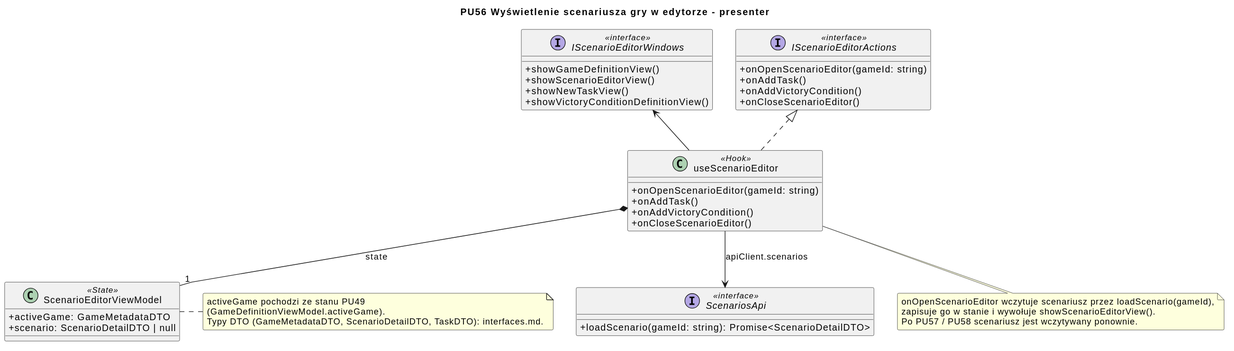
Igor-Ochocki/POP-2026Z keeps this PlantUML diagram as diagrams/frontend/rendered/scenario-editor-presenter.svg. Above is the earlier version.
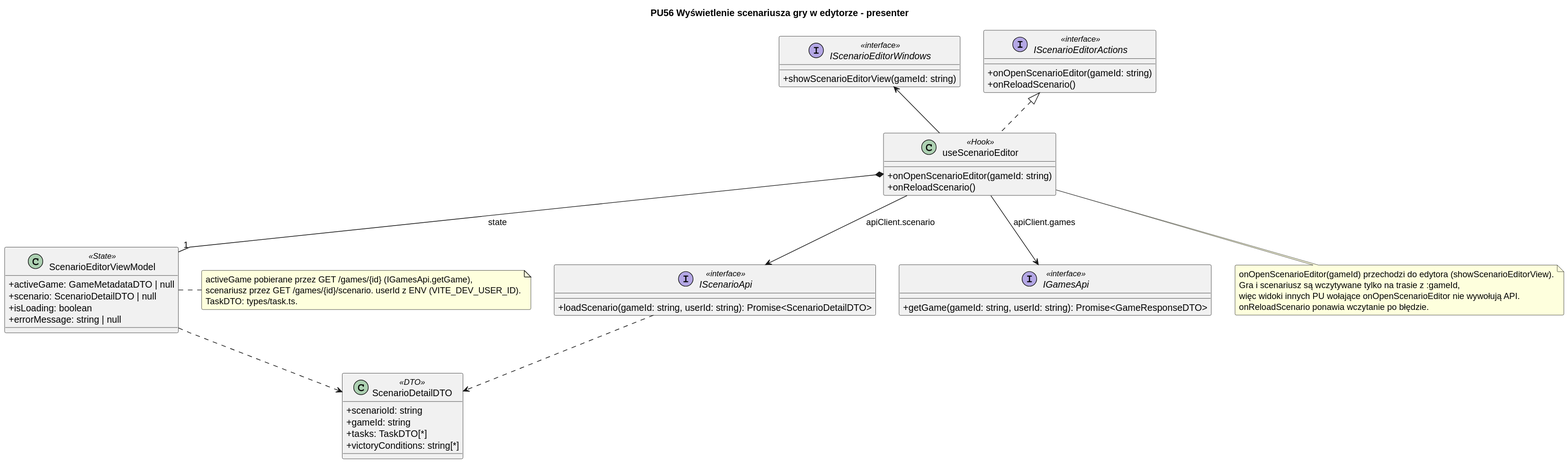
After the commit.

The edit, as a diff of the source:
```diff
@@ -9,48 +9,58 @@
 
 class useScenarioEditor <<Hook>> {
     + onOpenScenarioEditor(gameId: string)
-    + onAddTask()
-    + onAddVictoryCondition()
-    + onCloseScenarioEditor()
+    + onReloadScenario()
 }
 
 interface IScenarioEditorActions <<interface>> {
     + onOpenScenarioEditor(gameId: string)
-    + onAddTask()
-    + onAddVictoryCondition()
-    + onCloseScenarioEditor()
+    + onReloadScenario()
 }
 
 interface IScenarioEditorWindows <<interface>> {
-    + showGameDefinitionView()
-    + showScenarioEditorView()
-    + showNewTaskView()
-    + showVictoryConditionDefinitionView()
+    + showScenarioEditorView(gameId: string)
 }
 
-interface ScenariosApi <<interface>> {
-    + loadScenario(gameId: string): Promise<ScenarioDetailDTO>
+interface IScenarioApi <<interface>> {
+    + loadScenario(gameId: string, userId: string): Promise<ScenarioDetailDTO>
+}
+
+interface IGamesApi <<interface>> {
+    + getGame(gameId: string, userId: string): Promise<GameResponseDTO>
 }
 
 class ScenarioEditorViewModel <<State>> {
-    + activeGame: GameMetadataDTO
+    + activeGame: GameMetadataDTO | null
     + scenario: ScenarioDetailDTO | null
+    + isLoading: boolean
+    + errorMessage: string | null
+}
+
+class ScenarioDetailDTO <<DTO>> {
+    + scenarioId: string
+    + gameId: string
+    + tasks: TaskDTO[*]
+    + victoryConditions: string[*]
 }
 
 useScenarioEditor .u.|> IScenarioEditorActions
 useScenarioEditor -u-> IScenarioEditorWindows
-useScenarioEditor --> ScenariosApi : apiClient.scenarios
+useScenarioEditor --> IScenarioApi : apiClient.scenario
+useScenarioEditor --> IGamesApi : apiClient.games
 useScenarioEditor *-- "1" ScenarioEditorViewModel : state
+ScenarioEditorViewModel ..> ScenarioDetailDTO
+IScenarioApi ..> ScenarioDetailDTO
 
 note bottom of useScenarioEditor
-    onOpenScenarioEditor wczytuje scenariusz przez loadScenario(gameId),
-    zapisuje go w stanie i wywołuje showScenarioEditorView().
-    Po PU57 / PU58 scenariusz jest wczytywany ponownie.
+    onOpenScenarioEditor(gameId) przechodzi do edytora (showScenarioEditorView).
+    Gra i scenariusz są wczytywane tylko na trasie z :gameId,
+    więc widoki innych PU wołające onOpenScenarioEditor nie wywołują API.
+    onReloadScenario ponawia wczytanie po błędzie.
 end note
 
 note right of ScenarioEditorViewModel
-    activeGame pochodzi ze stanu PU49
-    (GameDefinitionViewModel.activeGame).
-    Typy DTO (GameMetadataDTO, ScenarioDetailDTO, TaskDTO): interfaces.md.
+    activeGame pobierane przez GET /games/{id} (IGamesApi.getGame),
+    scenariusz przez GET /games/{id}/scenario. userId z ENV (VITE_DEV_USER_ID).
+    TaskDTO: types/task.ts.
 end note
 @enduml
```
